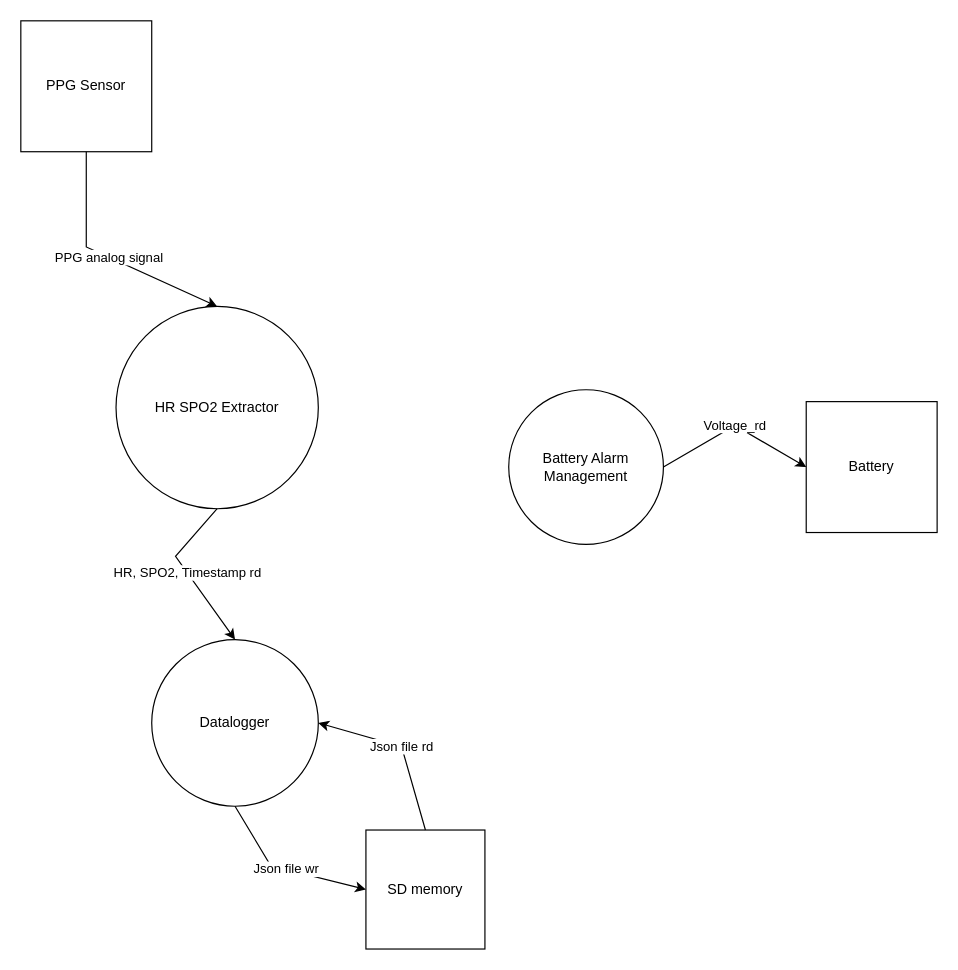
Above: page "Level 1" (2 of 5) of diagrams/PPG signal processing device STM32F411RE.drawio.xml in Tonyb94/PPG-Signal-Processing (draw.io), before the change. Source tidied: cells renumbered, new cells numbered last; positions are measured from the earlier drawing's top-left corner, leaving out a move shared by most shapes. Both pictures are drawn from the tidied source at 119%, with x=0, y=0 at pixel (20, 20).
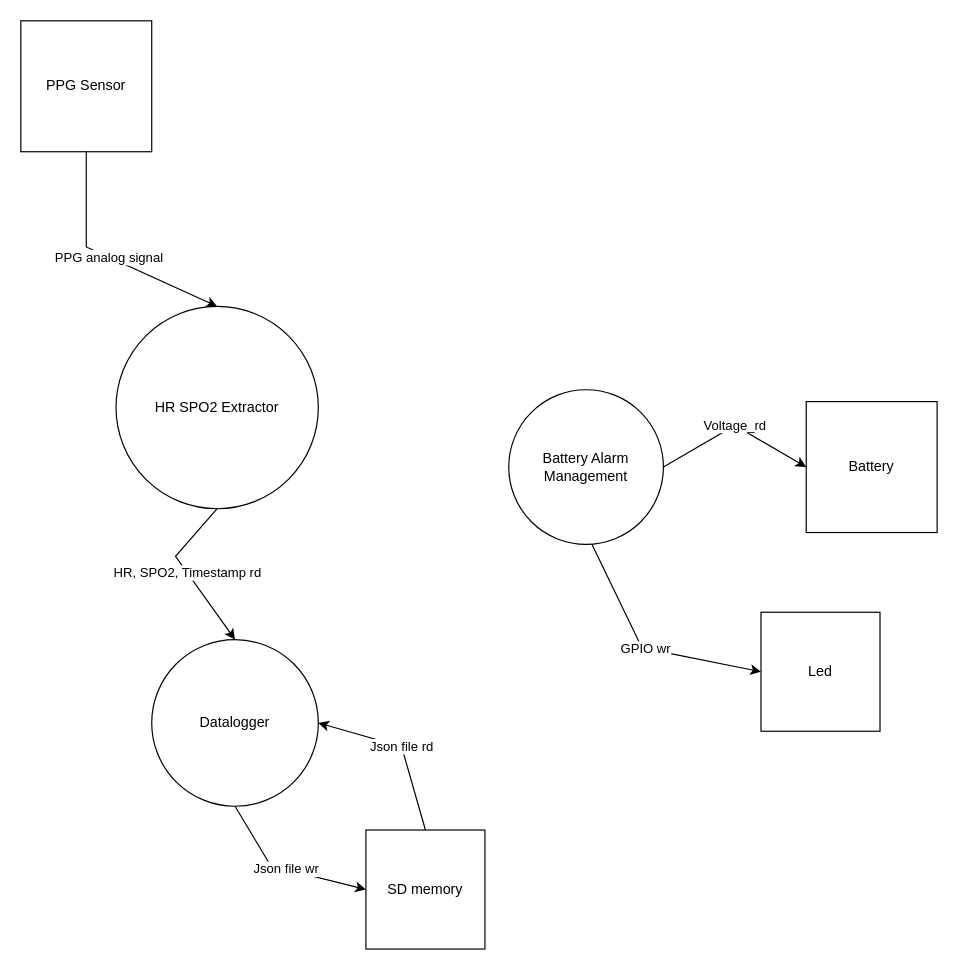
Above is the later version.

What changed in the source:
```diff
@@
+    <mxCell id="18" value="Led" style="whiteSpace=wrap;html=1;" parent="1" vertex="1">
+      <mxGeometry x="622" y="497" width="100" height="100" as="geometry" />
+    </mxCell>
+    <mxCell id="19" style="endArrow=classic;html=1;rounded=0;exitX=1;exitY=1;exitDx=0;exitDy=0;entryX=0;entryY=0.5;entryDx=0;entryDy=0;" parent="1" edge="1" target="18">
+      <mxGeometry relative="1" as="geometry">
+        <mxPoint x="480" y="440" as="sourcePoint" />
+        <Array as="points">
+          <mxPoint x="522" y="527" />
+        </Array>
+      </mxGeometry>
+    </mxCell>
+    <mxCell id="20" value="GPIO wr" style="edgeLabel;html=1;align=center;verticalAlign=middle;" parent="19" vertex="1">
+      <mxGeometry relative="1" as="geometry" />
+    </mxCell>
```
